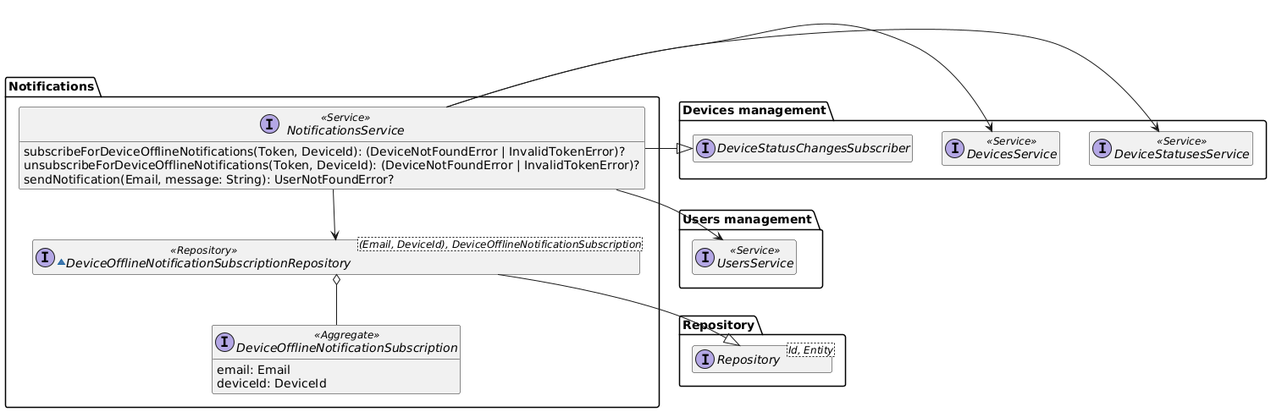
This is diagrams/generated/notifications-domain-model.png from DomoticASW/.github, a PlantUML export, as it was before one commit.
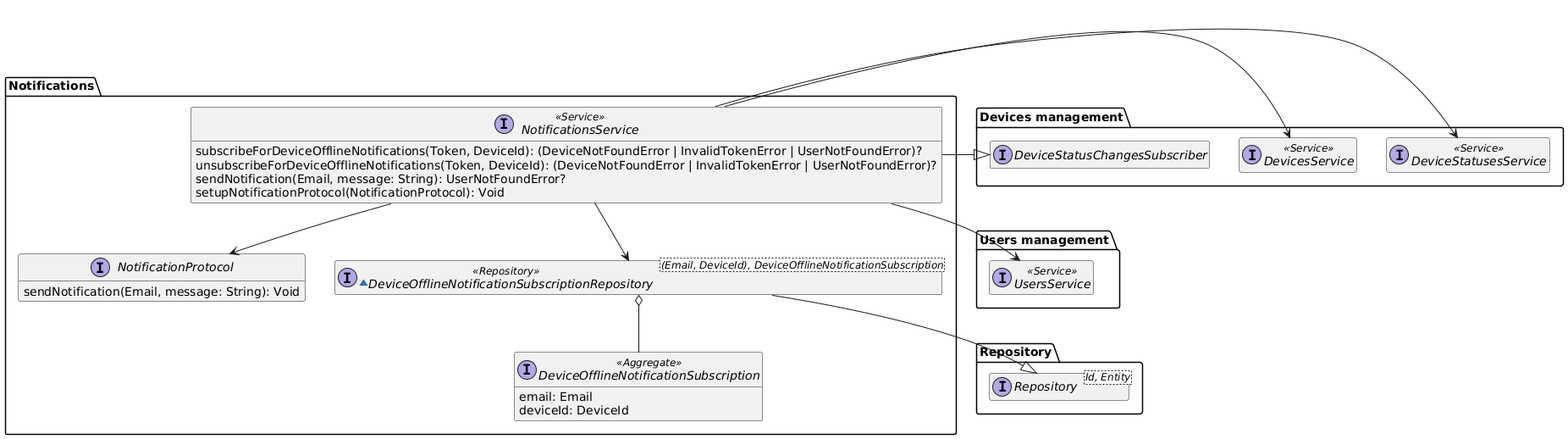
Later version of the same file.

What changed in the source:
```diff
@@ -17,9 +17,14 @@
 
 package "Notifications" {
     interface NotificationsService <<Service>> {
-        subscribeForDeviceOfflineNotifications(Token, DeviceId): (DeviceNotFoundError | InvalidTokenError)?
-        unsubscribeForDeviceOfflineNotifications(Token, DeviceId): (DeviceNotFoundError | InvalidTokenError)?
+        subscribeForDeviceOfflineNotifications(Token, DeviceId): (DeviceNotFoundError | InvalidTokenError | UserNotFoundError)?
+        unsubscribeForDeviceOfflineNotifications(Token, DeviceId): (DeviceNotFoundError | InvalidTokenError | UserNotFoundError)?
         sendNotification(Email, message: String): UserNotFoundError?
+        setupNotificationProtocol(NotificationProtocol): Void
+    }
+
+    interface NotificationProtocol {
+        sendNotification(Email, message: String): Void
     }
 
     ~interface DeviceOfflineNotificationSubscriptionRepository<(Email, DeviceId), DeviceOfflineNotificationSubscription> <<Repository>> {
@@ -35,6 +40,7 @@
     NotificationsService -r-> DevicesManagement.DevicesService
     NotificationsService -r-> DevicesManagement.DeviceStatusesService
     NotificationsService --> UsersManagement.UsersService
+    NotificationsService --> NotificationProtocol
     DeviceOfflineNotificationSubscriptionRepository --|> Repository.Repository
     DeviceOfflineNotificationSubscriptionRepository o-- DeviceOfflineNotificationSubscription
 }
```
